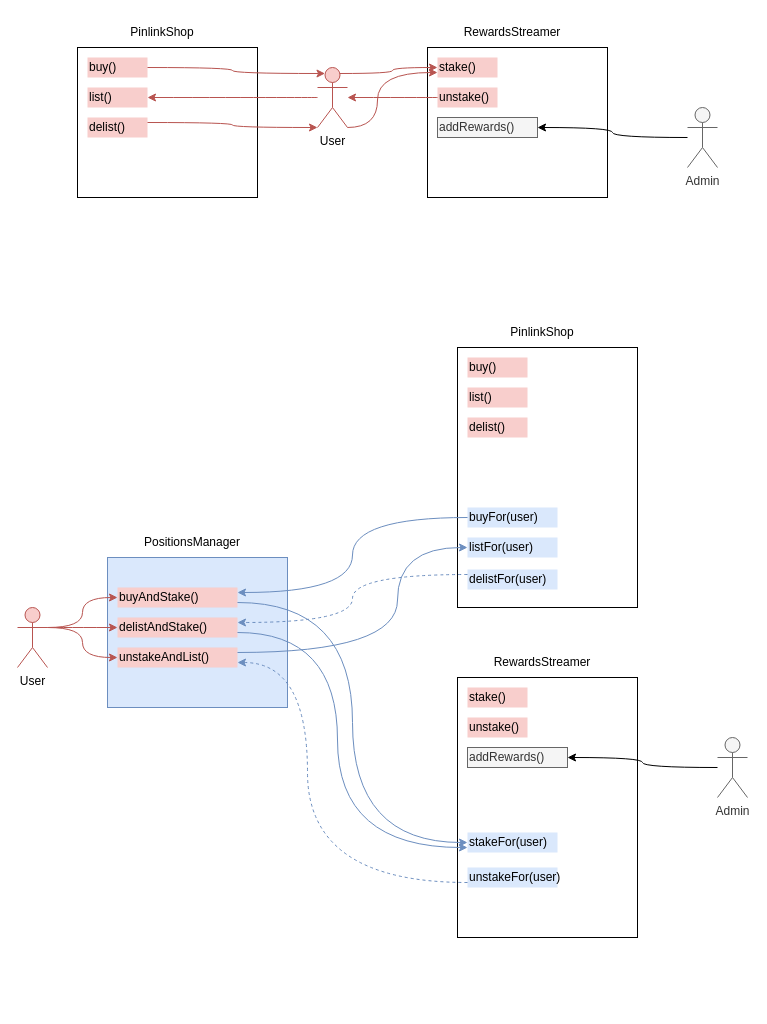
Above: solo/pinlink/Untitled Diagram.drawio in JacoboLansac/audits (draw.io), before the change. Source tidied: cells renumbered, new cells numbered last; positions are measured from the earlier drawing's top-left corner, leaving out a move shared by most shapes. Both pictures are drawn from the tidied source at 100%, with x=0, y=0 at pixel (17, 17).
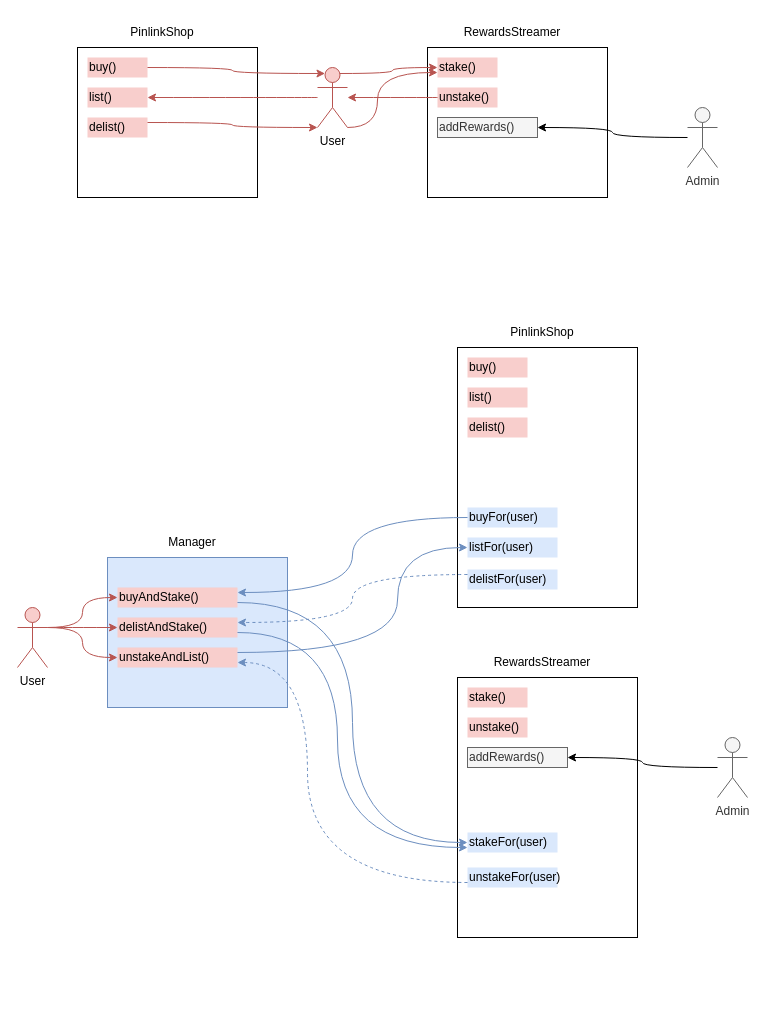
After the change.

The change refers to these unchanged cells:
```xml
<mxCell id="35" style="group;" parent="34" vertex="1">
  <mxGeometry x="-240" y="-60" width="270" height="180" as="geometry" />
</mxCell>
```

The edit, as a diff of the source:
```diff
@@
-    <mxCell id="37" value="PositionsManager" style="text;html=1;align=center;verticalAlign=middle;whiteSpace=wrap;rounded=0;" parent="35" vertex="1">
+    <mxCell id="37" value="Manager" style="text;html=1;align=center;verticalAlign=middle;whiteSpace=wrap;rounded=0;" parent="35" vertex="1">
       <mxGeometry x="145" width="60" height="30" as="geometry" />
     </mxCell>
```
